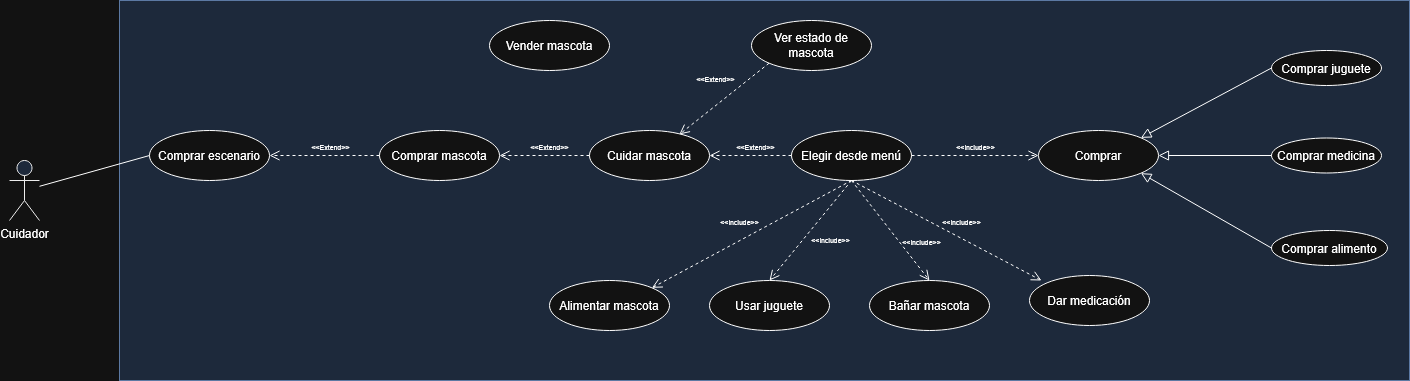
Before: DiagramaDeCasos.png, a diagram exported from draw.io (Diego-Mtus/Proyecto-Final-DOO). Source tidied: cells renumbered, new cells last; positions are measured from the earlier drawing's top-left corner, leaving out a move shared by most shapes.
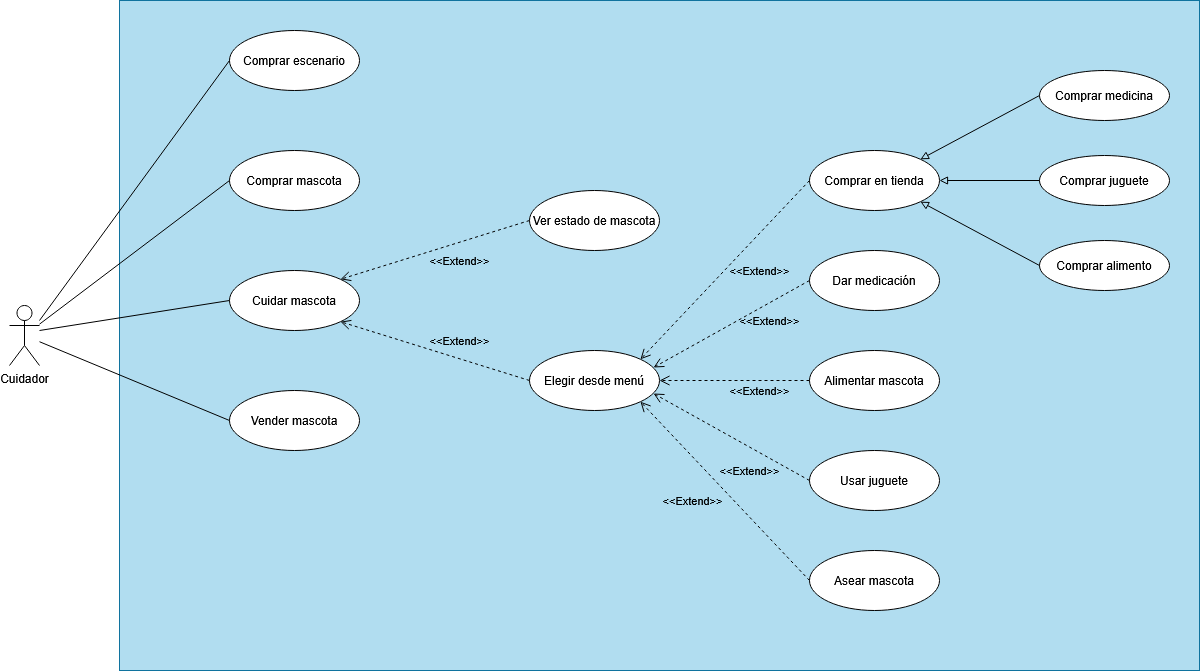
The same diagram one commit later.

Commit message:
Actualización de diagrama de casos

What changed in the source:
```diff
@@ -2,96 +2,99 @@
   <root>
     <mxCell id="0" />
     <mxCell id="1" parent="0" />
-    <mxCell id="2" style="rounded=0;whiteSpace=wrap;html=1;fillColor=#dae8fc;strokeColor=#6c8ebf;" parent="1" vertex="1">
-      <mxGeometry x="110" width="1290" height="380" as="geometry" />
-    </mxCell>
-    <mxCell id="3" value="Cuidador" style="shape=umlActor;verticalLabelPosition=bottom;verticalAlign=top;html=1;outlineConnect=0;fillColor=#dae8fc;strokeColor=#000000;" parent="1" vertex="1">
-      <mxGeometry y="160" width="30" height="60" as="geometry" />
-    </mxCell>
+    <mxCell id="31" style="rounded=0;whiteSpace=wrap;html=1;fillColor=#b1ddf0;strokeColor=#10739e;" parent="1" vertex="1">
+      <mxGeometry x="-30" y="-20" width="1080" height="670" as="geometry" />
+    </mxCell>
     <mxCell id="4" value="Comprar escenario" style="ellipse;whiteSpace=wrap;html=1;" parent="1" vertex="1">
-      <mxGeometry x="140" y="130" width="120" height="50" as="geometry" />
+      <mxGeometry x="80" y="10" width="130" height="60" as="geometry" />
     </mxCell>
     <mxCell id="5" value="Comprar mascota" style="ellipse;whiteSpace=wrap;html=1;" parent="1" vertex="1">
-      <mxGeometry x="370" y="130" width="120" height="50" as="geometry" />
+      <mxGeometry x="80" y="130" width="130" height="60" as="geometry" />
     </mxCell>
+    <mxCell id="15" value="Vender mascota" style="ellipse;whiteSpace=wrap;html=1;" parent="1" vertex="1">
+      <mxGeometry x="80" y="370" width="130" height="60" as="geometry" />
+    </mxCell>
+    <mxCell id="29" value="Cuidar mascota" style="ellipse;whiteSpace=wrap;html=1;" parent="1" vertex="1">
+      <mxGeometry x="80" y="250" width="130" height="60" as="geometry" />
+    </mxCell>
     <mxCell id="6" value="Elegir desde menú" style="ellipse;whiteSpace=wrap;html=1;" parent="1" vertex="1">
-      <mxGeometry x="782" y="130" width="120" height="50" as="geometry" />
+      <mxGeometry x="380" y="330" width="130" height="60" as="geometry" />
     </mxCell>
+    <mxCell id="27" value="Ver estado de mascota" style="ellipse;whiteSpace=wrap;html=1;" parent="1" vertex="1">
+      <mxGeometry x="380" y="170" width="130" height="60" as="geometry" />
+    </mxCell>
+    <mxCell id="11" value="Alimentar mascota" style="ellipse;whiteSpace=wrap;html=1;" parent="1" vertex="1">
+      <mxGeometry x="660" y="330" width="130" height="60" as="geometry" />
+    </mxCell>
     <mxCell id="7" value="Usar juguete" style="ellipse;whiteSpace=wrap;html=1;" parent="1" vertex="1">
-      <mxGeometry x="700" y="280" width="120" height="50" as="geometry" />
+      <mxGeometry x="660" y="430" width="130" height="60" as="geometry" />
     </mxCell>
-    <mxCell id="8" value="Bañar mascota" style="ellipse;whiteSpace=wrap;html=1;" parent="1" vertex="1">
-      <mxGeometry x="860" y="280" width="120" height="50" as="geometry" />
-    </mxCell>
+    <mxCell id="32" value="Asear mascota" style="ellipse;whiteSpace=wrap;html=1;" parent="1" vertex="1">
+      <mxGeometry x="660" y="530" width="130" height="60" as="geometry" />
+    </mxCell>
     <mxCell id="9" value="Dar medicación" style="ellipse;whiteSpace=wrap;html=1;" parent="1" vertex="1">
-      <mxGeometry x="1020" y="275" width="120" height="50" as="geometry" />
+      <mxGeometry x="660" y="230" width="130" height="60" as="geometry" />
     </mxCell>
-    <mxCell id="10" value="Comprar" style="ellipse;whiteSpace=wrap;html=1;" parent="1" vertex="1">
-      <mxGeometry x="1029" y="130" width="120" height="50" as="geometry" />
-    </mxCell>
-    <mxCell id="11" value="Alimentar mascota" style="ellipse;whiteSpace=wrap;html=1;" parent="1" vertex="1">
-      <mxGeometry x="540" y="280" width="120" height="50" as="geometry" />
-    </mxCell>
+    <mxCell id="33" value="Comprar en tienda" style="ellipse;whiteSpace=wrap;html=1;" parent="1" vertex="1">
+      <mxGeometry x="660" y="130" width="130" height="60" as="geometry" />
+    </mxCell>
+    <mxCell id="14" value="Comprar juguete" style="ellipse;whiteSpace=wrap;html=1;" parent="1" vertex="1">
+      <mxGeometry x="890" y="135" width="130" height="50" as="geometry" />
+    </mxCell>
+    <mxCell id="13" value="Comprar medicina" style="ellipse;whiteSpace=wrap;html=1;" parent="1" vertex="1">
+      <mxGeometry x="890" y="50" width="130" height="50" as="geometry" />
+    </mxCell>
     <mxCell id="12" value="Comprar alimento" style="ellipse;whiteSpace=wrap;html=1;" parent="1" vertex="1">
-      <mxGeometry x="1262" y="230" width="116" height="35" as="geometry" />
+      <mxGeometry x="890" y="220" width="130" height="50" as="geometry" />
     </mxCell>
-    <mxCell id="13" value="Comprar medicina" style="ellipse;whiteSpace=wrap;html=1;" parent="1" vertex="1">
-      <mxGeometry x="1262" y="137.5" width="110" height="35" as="geometry" />
-    </mxCell>
-    <mxCell id="14" value="Comprar juguete" style="ellipse;whiteSpace=wrap;html=1;" parent="1" vertex="1">
-      <mxGeometry x="1262" y="50" width="110" height="35" as="geometry" />
-    </mxCell>
-    <mxCell id="15" value="Vender mascota" style="ellipse;whiteSpace=wrap;html=1;" parent="1" vertex="1">
-      <mxGeometry x="480" y="20" width="120" height="50" as="geometry" />
-    </mxCell>
-    <mxCell id="16" value="&lt;font style=&quot;font-size: 7px;&quot;&gt;&amp;lt;&amp;lt;include&amp;gt;&amp;gt;&lt;/font&gt;" style="html=1;verticalAlign=bottom;endArrow=open;dashed=1;endSize=8;curved=0;rounded=0;entryX=1;entryY=0;entryDx=0;entryDy=0;labelBackgroundColor=none;exitX=0.5;exitY=1;exitDx=0;exitDy=0;" parent="1" edge="1" source="6" target="11">
-      <mxGeometry x="0.08" y="-9" relative="1" as="geometry" />
-    </mxCell>
-    <mxCell id="17" value="&lt;font style=&quot;font-size: 7px;&quot;&gt;&amp;lt;&amp;lt;include&amp;gt;&amp;gt;&lt;/font&gt;" style="html=1;verticalAlign=bottom;endArrow=open;dashed=1;endSize=8;curved=0;rounded=0;entryX=0.5;entryY=0;entryDx=0;entryDy=0;labelBackgroundColor=none;" parent="1" edge="1" target="7">
-      <mxGeometry x="0.03" y="27" relative="1" as="geometry">
-        <mxPoint x="842" y="180" as="sourcePoint" />
-      </mxGeometry>
-    </mxCell>
-    <mxCell id="18" value="&lt;font style=&quot;font-size: 7px;&quot;&gt;&amp;lt;&amp;lt;include&amp;gt;&amp;gt;&lt;/font&gt;" style="html=1;verticalAlign=bottom;endArrow=open;dashed=1;endSize=8;curved=0;rounded=0;entryX=0.5;entryY=0;entryDx=0;entryDy=0;labelBackgroundColor=none;exitX=0.5;exitY=1;exitDx=0;exitDy=0;" parent="1" edge="1" source="6" target="8">
-      <mxGeometry x="0.55" y="12" relative="1" as="geometry" />
-    </mxCell>
-    <mxCell id="19" value="&lt;font style=&quot;font-size: 7px;&quot;&gt;&amp;lt;&amp;lt;include&amp;gt;&amp;gt;&lt;/font&gt;" style="html=1;verticalAlign=bottom;endArrow=open;dashed=1;endSize=8;curved=0;rounded=0;labelBackgroundColor=none;exitX=0.5;exitY=1;exitDx=0;exitDy=0;" parent="1" edge="1" source="6">
-      <mxGeometry x="0.12" y="7" relative="1" as="geometry">
-        <mxPoint x="1032" y="280" as="targetPoint" />
-      </mxGeometry>
-    </mxCell>
-    <mxCell id="20" value="&lt;font style=&quot;font-size: 7px;&quot;&gt;&amp;lt;&amp;lt;include&amp;gt;&amp;gt;&lt;/font&gt;" style="html=1;verticalAlign=bottom;endArrow=open;dashed=1;endSize=8;curved=0;rounded=0;entryX=0;entryY=0.5;entryDx=0;entryDy=0;exitX=1;exitY=0.5;exitDx=0;exitDy=0;labelBackgroundColor=none;" parent="1" edge="1" source="6" target="10">
-      <mxGeometry relative="1" as="geometry" />
-    </mxCell>
-    <mxCell id="21" style="html=1;verticalAlign=bottom;endArrow=block;endSize=8;curved=0;rounded=0;exitX=0;exitY=0.5;exitDx=0;exitDy=0;labelBackgroundColor=none;endFill=0;entryX=1;entryY=0;entryDx=0;entryDy=0;" parent="1" edge="1" source="14" target="10">
-      <mxGeometry relative="1" as="geometry" />
-    </mxCell>
-    <mxCell id="22" style="html=1;verticalAlign=bottom;endArrow=block;endSize=8;curved=0;rounded=0;exitX=0;exitY=0.5;exitDx=0;exitDy=0;labelBackgroundColor=none;endFill=0;entryX=1;entryY=0.5;entryDx=0;entryDy=0;" parent="1" edge="1" source="13" target="10">
-      <mxGeometry relative="1" as="geometry" />
-    </mxCell>
-    <mxCell id="23" style="html=1;verticalAlign=bottom;endArrow=block;endSize=8;curved=0;rounded=0;exitX=0;exitY=0.5;exitDx=0;exitDy=0;labelBackgroundColor=none;endFill=0;entryX=1;entryY=1;entryDx=0;entryDy=0;" parent="1" edge="1" source="12" target="10">
-      <mxGeometry relative="1" as="geometry" />
-    </mxCell>
-    <mxCell id="24" style="html=1;verticalAlign=bottom;endArrow=none;endSize=8;curved=0;rounded=0;labelBackgroundColor=none;endFill=0;startFill=0;exitX=0;exitY=0.5;exitDx=0;exitDy=0;" parent="1" edge="1" source="4" target="3">
-      <mxGeometry relative="1" as="geometry" />
-    </mxCell>
-    <mxCell id="25" value="&lt;font style=&quot;font-size: 7px;&quot;&gt;&amp;lt;&amp;lt;Extend&amp;gt;&amp;gt;&lt;/font&gt;" style="html=1;verticalAlign=bottom;endArrow=open;dashed=1;endSize=8;curved=0;rounded=0;labelBackgroundColor=none;exitX=0;exitY=0.5;exitDx=0;exitDy=0;entryX=1;entryY=0.5;entryDx=0;entryDy=0;" parent="1" edge="1" source="5" target="4">
-      <mxGeometry x="-0.11" relative="1" as="geometry" />
-    </mxCell>
+    <mxCell id="28" value="&amp;lt;&amp;lt;Extend&amp;gt;&amp;gt;" style="html=1;verticalAlign=bottom;endArrow=open;dashed=1;endSize=8;curved=0;rounded=0;entryX=1;entryY=0;entryDx=0;entryDy=0;exitX=0;exitY=0.5;exitDx=0;exitDy=0;labelBackgroundColor=none;" parent="1" edge="1" source="27" target="29">
+      <mxGeometry x="-0.17" y="27" relative="1" as="geometry" />
+    </mxCell>
-    <mxCell id="26" value="&lt;font style=&quot;font-size: 7px;&quot;&gt;&amp;lt;&amp;lt;Extend&amp;gt;&amp;gt;&lt;/font&gt;" style="html=1;verticalAlign=bottom;endArrow=open;dashed=1;endSize=8;curved=0;rounded=0;labelBackgroundColor=none;exitX=0;exitY=0.5;exitDx=0;exitDy=0;entryX=1;entryY=0.5;entryDx=0;entryDy=0;" parent="1" edge="1" source="6" target="29">
-      <mxGeometry x="-0.11" relative="1" as="geometry" />
+    <mxCell id="26" value="&amp;lt;&amp;lt;Extend&amp;gt;&amp;gt;" style="html=1;verticalAlign=bottom;endArrow=open;dashed=1;endSize=8;curved=0;rounded=0;entryX=1;entryY=1;entryDx=0;entryDy=0;exitX=0;exitY=0.5;exitDx=0;exitDy=0;labelBackgroundColor=none;" parent="1" edge="1" source="6" target="29">
+      <mxGeometry x="-0.23" y="-8" relative="1" as="geometry" />
     </mxCell>
-    <mxCell id="27" value="Ver estado de mascota" style="ellipse;whiteSpace=wrap;html=1;" parent="1" vertex="1">
-      <mxGeometry x="742" y="20" width="120" height="50" as="geometry" />
-    </mxCell>
-    <mxCell id="28" value="&lt;font style=&quot;font-size: 7px;&quot;&gt;&amp;lt;&amp;lt;Extend&amp;gt;&amp;gt;&lt;/font&gt;" style="html=1;verticalAlign=bottom;endArrow=open;dashed=1;endSize=8;curved=0;rounded=0;labelBackgroundColor=none;exitX=0;exitY=1;exitDx=0;exitDy=0;entryX=0.749;entryY=0.078;entryDx=0;entryDy=0;entryPerimeter=0;" parent="1" edge="1" source="27" target="29">
-      <mxGeometry y="-14" relative="1" as="geometry" />
-    </mxCell>
-    <mxCell id="29" value="Cuidar mascota" style="ellipse;whiteSpace=wrap;html=1;" parent="1" vertex="1">
-      <mxGeometry x="580" y="130" width="120" height="50" as="geometry" />
-    </mxCell>
-    <mxCell id="30" value="&lt;font style=&quot;font-size: 7px;&quot;&gt;&amp;lt;&amp;lt;Extend&amp;gt;&amp;gt;&lt;/font&gt;" style="html=1;verticalAlign=bottom;endArrow=open;dashed=1;endSize=8;curved=0;rounded=0;labelBackgroundColor=none;exitX=0;exitY=0.5;exitDx=0;exitDy=0;entryX=1;entryY=0.5;entryDx=0;entryDy=0;" parent="1" edge="1" source="29" target="5">
-      <mxGeometry x="-0.11" relative="1" as="geometry" />
-    </mxCell>
+    <mxCell id="34" value="&amp;lt;&amp;lt;Extend&amp;gt;&amp;gt;" style="html=1;verticalAlign=bottom;endArrow=open;dashed=1;endSize=8;curved=0;rounded=0;entryX=1;entryY=1;entryDx=0;entryDy=0;exitX=0;exitY=0.5;exitDx=0;exitDy=0;labelBackgroundColor=none;" parent="1" edge="1" source="32" target="6">
+      <mxGeometry x="0.07" y="37" relative="1" as="geometry" />
+    </mxCell>
+    <mxCell id="35" value="&amp;lt;&amp;lt;Extend&amp;gt;&amp;gt;" style="html=1;verticalAlign=bottom;endArrow=open;dashed=1;endSize=8;curved=0;rounded=0;entryX=0.954;entryY=0.717;entryDx=0;entryDy=0;exitX=0;exitY=0.5;exitDx=0;exitDy=0;entryPerimeter=0;labelBackgroundColor=none;" parent="1" edge="1" source="7" target="6">
+      <mxGeometry x="-0.41" y="29" relative="1" as="geometry" />
+    </mxCell>
+    <mxCell id="36" value="&amp;lt;&amp;lt;Extend&amp;gt;&amp;gt;" style="html=1;verticalAlign=bottom;endArrow=open;dashed=1;endSize=8;curved=0;rounded=0;entryX=1;entryY=0.5;entryDx=0;entryDy=0;exitX=0;exitY=0.5;exitDx=0;exitDy=0;labelBackgroundColor=none;" parent="1" edge="1" source="11" target="6">
+      <mxGeometry x="-0.33" y="20" relative="1" as="geometry" />
+    </mxCell>
+    <mxCell id="37" value="&amp;lt;&amp;lt;Extend&amp;gt;&amp;gt;" style="html=1;verticalAlign=bottom;endArrow=open;dashed=1;endSize=8;curved=0;rounded=0;entryX=1;entryY=0;entryDx=0;entryDy=0;exitX=0;exitY=0.5;exitDx=0;exitDy=0;labelBackgroundColor=none;" parent="1" edge="1" source="33" target="6">
+      <mxGeometry x="-0.13" y="32" relative="1" as="geometry" />
+    </mxCell>
+    <mxCell id="38" value="&amp;lt;&amp;lt;Extend&amp;gt;&amp;gt;" style="html=1;verticalAlign=bottom;endArrow=open;dashed=1;endSize=8;curved=0;rounded=0;entryX=0.954;entryY=0.283;entryDx=0;entryDy=0;exitX=0;exitY=0.5;exitDx=0;exitDy=0;entryPerimeter=0;labelBackgroundColor=none;" parent="1" edge="1" source="9" target="6">
+      <mxGeometry x="-0.34" y="24" relative="1" as="geometry" />
+    </mxCell>
+    <mxCell id="39" style="endArrow=block;html=1;rounded=0;endFill=0;entryX=1;entryY=0;entryDx=0;entryDy=0;exitX=0;exitY=0.5;exitDx=0;exitDy=0;" parent="1" edge="1" source="13" target="33">
+      <mxGeometry relative="1" as="geometry" />
+    </mxCell>
+    <mxCell id="40" style="endArrow=block;html=1;rounded=0;endFill=0;entryX=1;entryY=0.5;entryDx=0;entryDy=0;exitX=0;exitY=0.5;exitDx=0;exitDy=0;" parent="1" edge="1" source="14" target="33">
+      <mxGeometry relative="1" as="geometry" />
+    </mxCell>
+    <mxCell id="41" style="endArrow=block;html=1;rounded=0;endFill=0;entryX=1;entryY=1;entryDx=0;entryDy=0;exitX=0;exitY=0.5;exitDx=0;exitDy=0;" parent="1" edge="1" source="12" target="33">
+      <mxGeometry relative="1" as="geometry" />
+    </mxCell>
+    <mxCell id="3" value="Cuidador" style="shape=umlActor;verticalLabelPosition=bottom;verticalAlign=top;html=1;outlineConnect=0;" parent="1" vertex="1">
+      <mxGeometry x="-140" y="285" width="30" height="60" as="geometry" />
+    </mxCell>
+    <mxCell id="42" style="endArrow=none;html=1;rounded=0;entryX=0;entryY=0.5;entryDx=0;entryDy=0;" parent="1" edge="1" target="4">
+      <mxGeometry relative="1" as="geometry">
+        <mxPoint x="-110" y="300" as="sourcePoint" />
+      </mxGeometry>
+    </mxCell>
+    <mxCell id="43" style="endArrow=none;html=1;rounded=0;entryX=0;entryY=0.5;entryDx=0;entryDy=0;" parent="1" edge="1" source="3" target="5">
+      <mxGeometry relative="1" as="geometry" />
+    </mxCell>
+    <mxCell id="44" style="endArrow=none;html=1;rounded=0;entryX=0;entryY=0.5;entryDx=0;entryDy=0;" parent="1" edge="1" target="29">
+      <mxGeometry relative="1" as="geometry">
+        <mxPoint x="-110" y="310" as="sourcePoint" />
+      </mxGeometry>
+    </mxCell>
+    <mxCell id="45" style="endArrow=none;html=1;rounded=0;entryX=0;entryY=0.5;entryDx=0;entryDy=0;" parent="1" edge="1" source="3" target="15">
+      <mxGeometry relative="1" as="geometry" />
+    </mxCell>
   </root>
 </mxGraphModel>
```
